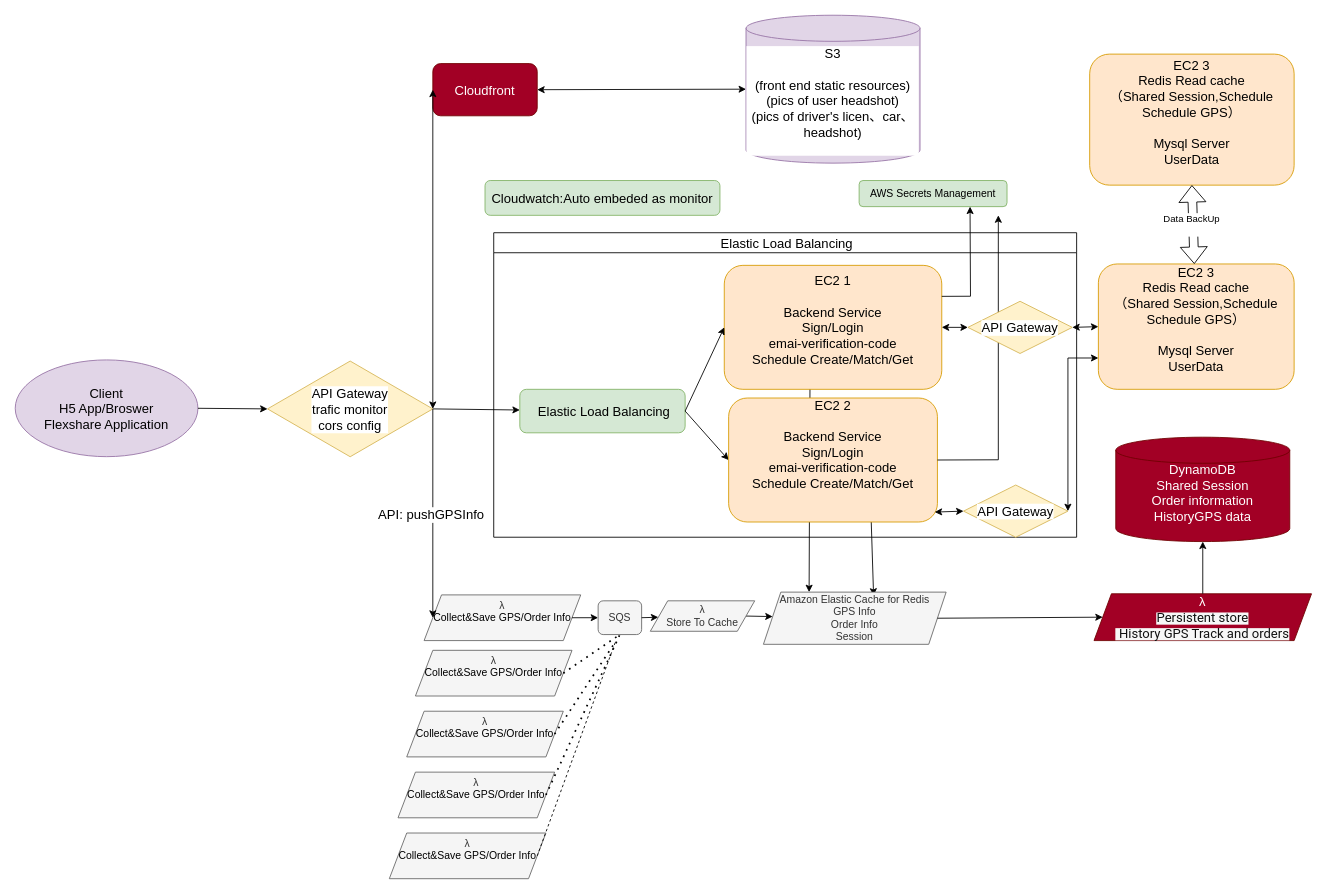
Above: Proposal/ProjectArchitecture.drawio in Flexshare2025/Flexshare (draw.io), before the change. Source tidied: cells renumbered, new cells numbered last; positions are measured from the earlier drawing's top-left corner, leaving out a move shared by most shapes. Both pictures are drawn from the tidied source at 87%, with x=0, y=0 at pixel (15, 15).
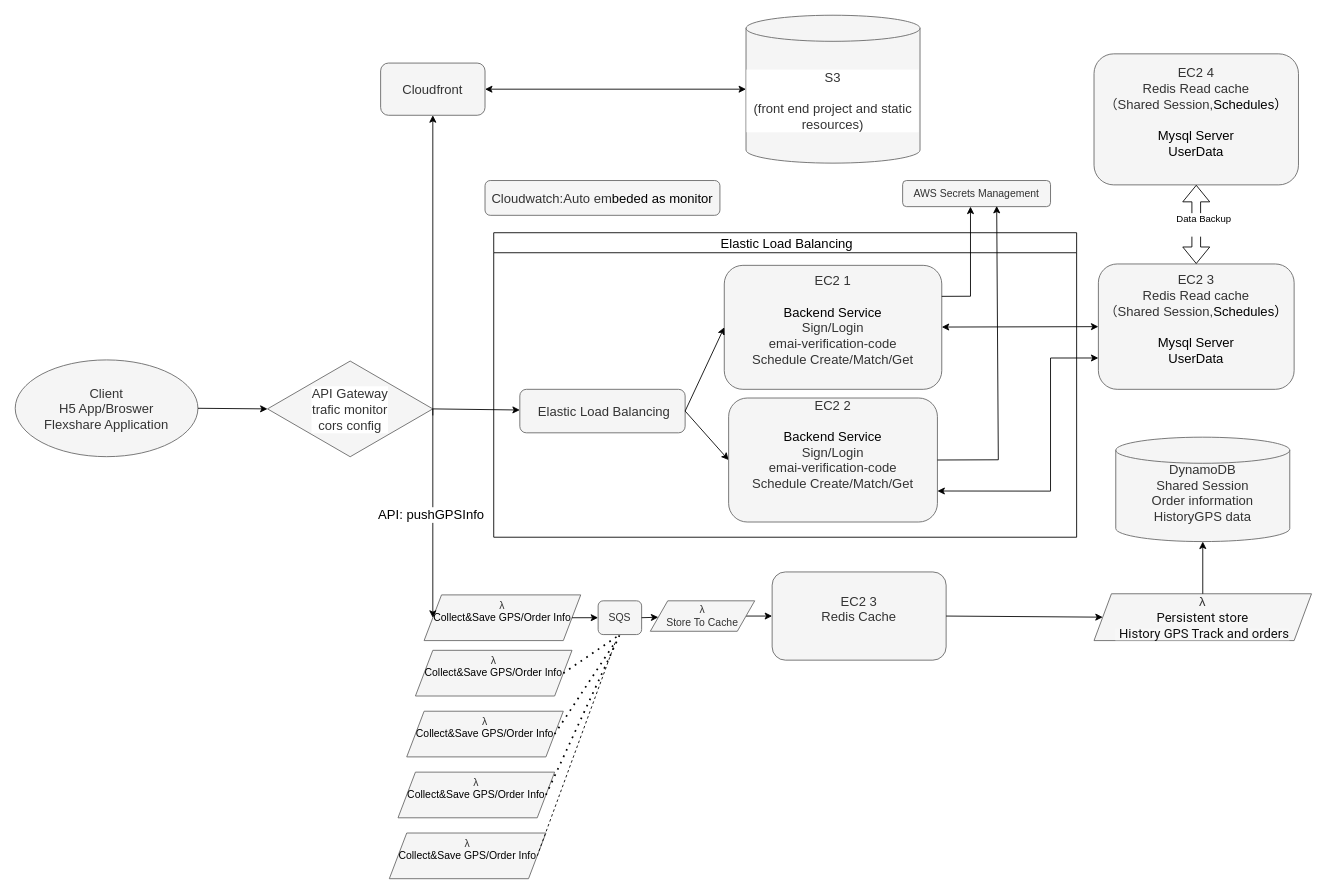
The same page after the edit.

Commit message (it also covers changes not shown here):
Add xss washing dependency

The change refers to these unchanged cells:
```xml
<mxCell id="13" value="&lt;span style=&quot;font-size: 15px; font-weight: 400;&quot;&gt;&amp;nbsp;Elastic Load Balancing&lt;/span&gt;" style="swimlane;whiteSpace=wrap;html=1;" parent="1" vertex="1">
  <mxGeometry x="550" y="250" width="670" height="350" as="geometry" />
</mxCell>
<mxCell id="36" value="λ&lt;div&gt;Store To Cache&lt;/div&gt;" style="shape=parallelogram;perimeter=parallelogramPerimeter;whiteSpace=wrap;html=1;fixedSize=1;fillColor=#f5f5f5;fontColor=#333333;strokeColor=#666666;" parent="1" vertex="1">
  <mxGeometry x="730" y="673.1" width="120" height="35" as="geometry" />
</mxCell>
<mxCell id="38" style="shape=flexArrow;endArrow=classic;startArrow=classic;html=1;rounded=0;entryX=0.5;entryY=1;entryDx=0;entryDy=0;" parent="1" edge="1" source="12" target="37">
  <mxGeometry relative="1" as="geometry" />
</mxCell>
```

The edit, as a diff of the source:
```diff
@@
-    <mxCell id="2" style="endArrow=classic;html=1;rounded=0;entryX=0.603;entryY=0.067;entryDx=0;entryDy=0;entryPerimeter=0;exitX=0.683;exitY=0.998;exitDx=0;exitDy=0;exitPerimeter=0;" parent="1" edge="1" source="16" target="29">
-      <mxGeometry relative="1" as="geometry" />
-    </mxCell>
-    <mxCell id="3" style="endArrow=classic;html=1;rounded=0;exitX=0.394;exitY=0.985;exitDx=0;exitDy=0;exitPerimeter=0;entryX=0.25;entryY=0;entryDx=0;entryDy=0;" parent="1" edge="1" source="17" target="29">
-      <mxGeometry relative="1" as="geometry" />
-    </mxCell>
-    <mxCell id="4" value="API Gateway&lt;div&gt;trafic monitor&lt;/div&gt;&lt;div&gt;cors config&lt;/div&gt;" style="rhombus;whiteSpace=wrap;html=1;fontSize=15;labelBackgroundColor=default;labelBorderColor=none;textShadow=0;fillColor=#fff2cc;strokeColor=#d6b656;" parent="1" vertex="1">
+    <mxCell id="4" value="API Gateway&lt;div&gt;trafic monitor&lt;/div&gt;&lt;div&gt;cors config&lt;/div&gt;" style="rhombus;whiteSpace=wrap;html=1;fontSize=15;labelBackgroundColor=default;labelBorderColor=none;textShadow=0;fillColor=#f5f5f5;strokeColor=#666666;fontColor=#333333;" parent="1" vertex="1">
       <mxGeometry x="290" y="397.5" width="190" height="110" as="geometry" />
     </mxCell>
-    <mxCell id="5" value="S3&lt;div&gt;&lt;div&gt;&lt;div&gt;&lt;br&gt;&lt;div&gt;(front end static resources)&lt;/div&gt;&lt;div&gt;(pics of user headshot)&lt;/div&gt;&lt;div&gt;(pics of driver's licen、car、headshot&lt;span style=&quot;color: light-dark(rgb(0, 0, 0), rgb(255, 255, 255));&quot;&gt;)&lt;/span&gt;&lt;/div&gt;&lt;div&gt;&lt;br&gt;&lt;/div&gt;&lt;/div&gt;&lt;/div&gt;&lt;/div&gt;" style="shape=cylinder3;whiteSpace=wrap;html=1;boundedLbl=1;backgroundOutline=1;size=15;fontSize=15;labelBackgroundColor=default;fillColor=#e1d5e7;strokeColor=#9673a6;" parent="1" vertex="1">
+    <mxCell id="5" value="S3&lt;div&gt;&lt;div&gt;&lt;div&gt;&lt;br&gt;&lt;div&gt;(front end project and static resources)&lt;/div&gt;&lt;/div&gt;&lt;/div&gt;&lt;/div&gt;" style="shape=cylinder3;whiteSpace=wrap;html=1;boundedLbl=1;backgroundOutline=1;size=15;fontSize=15;labelBackgroundColor=default;fillColor=#f5f5f5;strokeColor=#666666;fontColor=#333333;" parent="1" vertex="1">
       <mxGeometry x="840" width="200" height="170" as="geometry" />
     </mxCell>
-    <mxCell id="6" value="DynamoDB&lt;div&gt;Shared Session&lt;/div&gt;&lt;div&gt;&lt;div&gt;Order information&lt;/div&gt;&lt;div&gt;HistoryGPS data&lt;/div&gt;&lt;div&gt;&lt;br&gt;&lt;/div&gt;&lt;/div&gt;" style="shape=cylinder3;whiteSpace=wrap;html=1;boundedLbl=1;backgroundOutline=1;size=15;fontSize=15;fillColor=#a20025;fontColor=#ffffff;strokeColor=#6F0000;" parent="1" vertex="1">
+    <mxCell id="6" value="DynamoDB&lt;div&gt;Shared Session&lt;/div&gt;&lt;div&gt;&lt;div&gt;Order information&lt;/div&gt;&lt;div&gt;HistoryGPS data&lt;/div&gt;&lt;div&gt;&lt;br&gt;&lt;/div&gt;&lt;/div&gt;" style="shape=cylinder3;whiteSpace=wrap;html=1;boundedLbl=1;backgroundOutline=1;size=15;fontSize=15;fillColor=#f5f5f5;fontColor=#333333;strokeColor=#666666;" parent="1" vertex="1">
       <mxGeometry x="1265" y="485" width="200" height="120" as="geometry" />
     </mxCell>
-    <mxCell id="7" value="Client&lt;div&gt;H5 App/Broswer&lt;/div&gt;&lt;div&gt;Flexshare Application&lt;/div&gt;" style="ellipse;whiteSpace=wrap;html=1;fontSize=15;fillColor=#e1d5e7;strokeColor=#9673a6;" parent="1" vertex="1">
+    <mxCell id="7" value="Client&lt;div&gt;H5 App/Broswer&lt;/div&gt;&lt;div&gt;Flexshare Application&lt;/div&gt;" style="ellipse;whiteSpace=wrap;html=1;fontSize=15;fillColor=#f5f5f5;strokeColor=#666666;fontColor=#333333;" parent="1" vertex="1">
       <mxGeometry y="396.2" width="210" height="111.2" as="geometry" />
     </mxCell>
@@
-    <mxCell id="9" value="Cloudfront" style="rounded=1;whiteSpace=wrap;html=1;fontSize=15;fillColor=#a20025;fontColor=#ffffff;strokeColor=#6F0000;" parent="1" vertex="1">
-      <mxGeometry x="480" y="55.6" width="120" height="60" as="geometry" />
+    <mxCell id="9" value="Cloudfront" style="rounded=1;whiteSpace=wrap;html=1;fontSize=15;fillColor=#f5f5f5;fontColor=#333333;strokeColor=#666666;" parent="1" vertex="1">
+      <mxGeometry x="420" y="55" width="120" height="60" as="geometry" />
     </mxCell>
@@
-    <mxCell id="11" style="endArrow=classic;startArrow=classic;html=1;rounded=0;exitX=1;exitY=0.5;exitDx=0;exitDy=0;entryX=0;entryY=0.5;entryDx=0;entryDy=0;fontSize=15;" parent="1" edge="1" source="4" target="9">
-      <mxGeometry relative="1" as="geometry" />
-    </mxCell>
-    <mxCell id="12" value="&lt;font&gt;EC2 3&lt;/font&gt;&lt;div&gt;Redis Read cache&lt;/div&gt;&lt;div&gt;（Shared Session,&lt;span style=&quot;background-color: transparent; color: light-dark(rgb(0, 0, 0), rgb(255, 255, 255));&quot;&gt;Schedule&lt;/span&gt;&lt;/div&gt;&lt;div&gt;Schedule GPS&lt;span style=&quot;background-color: transparent; color: light-dark(rgb(0, 0, 0), rgb(255, 255, 255));&quot;&gt;）&lt;/span&gt;&lt;/div&gt;&lt;div&gt;&lt;br&gt;&lt;/div&gt;&lt;div&gt;&lt;span style=&quot;background-color: transparent; color: light-dark(rgb(0, 0, 0), rgb(255, 255, 255));&quot;&gt;Mysql Server&lt;/span&gt;&lt;/div&gt;&lt;div&gt;&lt;span style=&quot;background-color: transparent; color: light-dark(rgb(0, 0, 0), rgb(255, 255, 255));&quot;&gt;UserData&lt;/span&gt;&lt;/div&gt;&lt;div&gt;&lt;div&gt;&lt;br&gt;&lt;/div&gt;&lt;/div&gt;" style="rounded=1;whiteSpace=wrap;html=1;fontSize=15;fillColor=#ffe6cc;strokeColor=#d79b00;" parent="1" vertex="1">
+    <mxCell id="12" value="&lt;font&gt;EC2 3&lt;/font&gt;&lt;div&gt;Redis Read cache&lt;/div&gt;&lt;div&gt;（Shared Session,&lt;span style=&quot;background-color: transparent; color: light-dark(rgb(0, 0, 0), rgb(255, 255, 255));&quot;&gt;Schedules&lt;/span&gt;&lt;span style=&quot;background-color: transparent; color: light-dark(rgb(0, 0, 0), rgb(255, 255, 255));&quot;&gt;）&lt;/span&gt;&lt;/div&gt;&lt;div&gt;&lt;br&gt;&lt;/div&gt;&lt;div&gt;&lt;span style=&quot;background-color: transparent; color: light-dark(rgb(0, 0, 0), rgb(255, 255, 255));&quot;&gt;Mysql Server&lt;/span&gt;&lt;/div&gt;&lt;div&gt;&lt;span style=&quot;background-color: transparent; color: light-dark(rgb(0, 0, 0), rgb(255, 255, 255));&quot;&gt;UserData&lt;/span&gt;&lt;/div&gt;&lt;div&gt;&lt;div&gt;&lt;br&gt;&lt;/div&gt;&lt;/div&gt;" style="rounded=1;whiteSpace=wrap;html=1;fontSize=15;fillColor=#f5f5f5;strokeColor=#666666;fontColor=#333333;" parent="1" vertex="1">
       <mxGeometry x="1245" y="285.9" width="225" height="144.1" as="geometry" />
     </mxCell>
@@
-    <mxCell id="14" value="&lt;font&gt;&amp;nbsp;Elastic Load Balancing&lt;/font&gt;" style="rounded=1;whiteSpace=wrap;html=1;fontSize=15;fillColor=#d5e8d4;strokeColor=#82b366;" parent="13" vertex="1">
+    <mxCell id="14" value="&lt;font&gt;&amp;nbsp;Elastic Load Balancing&lt;/font&gt;" style="rounded=1;whiteSpace=wrap;html=1;fontSize=15;fillColor=#f5f5f5;strokeColor=#666666;fontColor=#333333;" parent="13" vertex="1">
       <mxGeometry x="30" y="180" width="190" height="50" as="geometry" />
     </mxCell>
@@
-    <mxCell id="16" value="EC2 2&lt;div&gt;&lt;br&gt;&lt;div&gt;&lt;span style=&quot;background-color: transparent; color: light-dark(rgb(0, 0, 0), rgb(255, 255, 255));&quot;&gt;Backend Service&lt;/span&gt;&lt;/div&gt;&lt;div&gt;Sign/Login&lt;/div&gt;&lt;div&gt;&lt;div&gt;emai-verification-code&lt;/div&gt;&lt;/div&gt;&lt;div&gt;&lt;div&gt;Schedule Create/Match/Get&lt;/div&gt;&lt;/div&gt;&lt;div&gt;&lt;br&gt;&lt;/div&gt;&lt;div&gt;&lt;br&gt;&lt;/div&gt;&lt;/div&gt;" style="rounded=1;whiteSpace=wrap;html=1;fontSize=15;fillColor=#ffe6cc;strokeColor=#d79b00;" parent="13" vertex="1">
+    <mxCell id="16" value="EC2 2&lt;div&gt;&lt;br&gt;&lt;div&gt;&lt;span style=&quot;background-color: transparent; color: light-dark(rgb(0, 0, 0), rgb(255, 255, 255));&quot;&gt;Backend Service&lt;/span&gt;&lt;/div&gt;&lt;div&gt;Sign/Login&lt;/div&gt;&lt;div&gt;&lt;div&gt;emai-verification-code&lt;/div&gt;&lt;/div&gt;&lt;div&gt;&lt;div&gt;Schedule Create/Match/Get&lt;/div&gt;&lt;/div&gt;&lt;div&gt;&lt;br&gt;&lt;/div&gt;&lt;div&gt;&lt;br&gt;&lt;/div&gt;&lt;/div&gt;" style="rounded=1;whiteSpace=wrap;html=1;fontSize=15;fillColor=#f5f5f5;strokeColor=#666666;fontColor=#333333;" parent="13" vertex="1">
       <mxGeometry x="270" y="190" width="240" height="142.5" as="geometry" />
     </mxCell>
-    <mxCell id="17" value="EC2 1&lt;div&gt;&lt;br&gt;&lt;div&gt;&lt;span style=&quot;background-color: transparent; color: light-dark(rgb(0, 0, 0), rgb(255, 255, 255));&quot;&gt;Backend Service&lt;/span&gt;&lt;/div&gt;&lt;div&gt;Sign/Login&lt;/div&gt;&lt;div&gt;&lt;div&gt;emai-verification-code&lt;/div&gt;&lt;/div&gt;&lt;div&gt;Schedule Create/Match/Get&lt;/div&gt;&lt;div&gt;&lt;br&gt;&lt;/div&gt;&lt;/div&gt;" style="rounded=1;whiteSpace=wrap;html=1;fontSize=15;fillColor=#ffe6cc;strokeColor=#d79b00;" parent="13" vertex="1">
+    <mxCell id="17" value="EC2 1&lt;div&gt;&lt;br&gt;&lt;div&gt;&lt;span style=&quot;background-color: transparent; color: light-dark(rgb(0, 0, 0), rgb(255, 255, 255));&quot;&gt;Backend Service&lt;/span&gt;&lt;/div&gt;&lt;div&gt;Sign/Login&lt;/div&gt;&lt;div&gt;&lt;div&gt;emai-verification-code&lt;/div&gt;&lt;/div&gt;&lt;div&gt;Schedule Create/Match/Get&lt;/div&gt;&lt;div&gt;&lt;br&gt;&lt;/div&gt;&lt;/div&gt;" style="rounded=1;whiteSpace=wrap;html=1;fontSize=15;fillColor=#f5f5f5;strokeColor=#666666;fontColor=#333333;" parent="13" vertex="1">
       <mxGeometry x="265" y="37.5" width="250" height="142.5" as="geometry" />
     </mxCell>
@@
-    <mxCell id="19" value="API Gateway" style="rhombus;whiteSpace=wrap;html=1;fontSize=15;labelBackgroundColor=default;labelBorderColor=none;textShadow=0;fillColor=#fff2cc;strokeColor=#d6b656;" parent="13" vertex="1">
-      <mxGeometry x="540" y="290" width="120" height="60" as="geometry" />
-    </mxCell>
-    <mxCell id="20" style="endArrow=classic;startArrow=classic;html=1;rounded=0;entryX=0;entryY=0.5;entryDx=0;entryDy=0;exitX=0.987;exitY=0.92;exitDx=0;exitDy=0;exitPerimeter=0;" parent="13" edge="1" source="16" target="19">
-      <mxGeometry relative="1" as="geometry" />
-    </mxCell>
-    <mxCell id="21" style="endArrow=classic;startArrow=classic;html=1;rounded=0;entryX=0;entryY=0.75;entryDx=0;entryDy=0;exitX=1;exitY=0.5;exitDx=0;exitDy=0;" parent="1" edge="1" source="19" target="12">
+    <mxCell id="21" style="endArrow=classic;startArrow=classic;html=1;rounded=0;entryX=0;entryY=0.75;entryDx=0;entryDy=0;exitX=1;exitY=0.75;exitDx=0;exitDy=0;" parent="1" edge="1" source="16" target="12">
       <mxGeometry relative="1" as="geometry">
         <Array as="points">
-          <mxPoint x="1210" y="394" />
+          <mxPoint x="1190" y="547" />
+          <mxPoint x="1190" y="394" />
         </Array>
       </mxGeometry>
     </mxCell>
@@
-    <mxCell id="23" style="endArrow=classic;startArrow=classic;html=1;rounded=0;entryX=0;entryY=0.5;entryDx=0;entryDy=0;exitX=1;exitY=0.5;exitDx=0;exitDy=0;" parent="1" edge="1" source="52" target="12">
+    <mxCell id="23" style="endArrow=classic;startArrow=classic;html=1;rounded=0;entryX=0;entryY=0.5;entryDx=0;entryDy=0;" parent="1" edge="1" source="17" target="12">
       <mxGeometry relative="1" as="geometry" />
     </mxCell>
-    <mxCell id="24" value="&lt;font style=&quot;font-size: 15px;&quot;&gt;Cloudwatch:Auto em&lt;/font&gt;&lt;span style=&quot;font-size: 15px; background-color: transparent; color: light-dark(rgb(0, 0, 0), rgb(255, 255, 255));&quot;&gt;beded as monitor&lt;/span&gt;" style="rounded=1;whiteSpace=wrap;html=1;fillColor=#d5e8d4;strokeColor=#82b366;" parent="1" vertex="1">
+    <mxCell id="24" value="&lt;font style=&quot;font-size: 15px;&quot;&gt;Cloudwatch:Auto em&lt;/font&gt;&lt;span style=&quot;font-size: 15px; background-color: transparent; color: light-dark(rgb(0, 0, 0), rgb(255, 255, 255));&quot;&gt;beded as monitor&lt;/span&gt;" style="rounded=1;whiteSpace=wrap;html=1;fillColor=#f5f5f5;strokeColor=#666666;fontColor=#333333;" parent="1" vertex="1">
       <mxGeometry x="540" y="190" width="270" height="40" as="geometry" />
     </mxCell>
@@
-    <mxCell id="29" value="Amazon Elastic Cache for Redis&lt;div&gt;GPS Info&lt;/div&gt;&lt;div&gt;Order Info&lt;/div&gt;&lt;div&gt;Session&lt;/div&gt;" style="shape=parallelogram;perimeter=parallelogramPerimeter;whiteSpace=wrap;html=1;fixedSize=1;fillColor=#f5f5f5;fontColor=#333333;strokeColor=#666666;" parent="1" vertex="1">
-      <mxGeometry x="860" y="663.1" width="210" height="60" as="geometry" />
-    </mxCell>
-    <mxCell id="30" style="endArrow=classic;html=1;rounded=0;exitX=1;exitY=0.5;exitDx=0;exitDy=0;entryX=0;entryY=0.5;entryDx=0;entryDy=0;" parent="1" edge="1" source="29" target="31">
-      <mxGeometry relative="1" as="geometry" />
-    </mxCell>
-    <mxCell id="31" value="&lt;font style=&quot;font-size: 15px;&quot;&gt;λ&lt;/font&gt;&lt;div&gt;&lt;span style=&quot;color: rgb(17, 17, 17); font-family: Roboto, sans-serif; text-align: start; white-space-collapse: preserve; background-color: rgb(247, 247, 247);&quot;&gt;&lt;font style=&quot;font-size: 15px;&quot;&gt;Persistent store&lt;/font&gt;&lt;/span&gt;&lt;/div&gt;&lt;div&gt;&lt;span style=&quot;color: rgb(17, 17, 17); font-family: Roboto, sans-serif; text-align: start; white-space-collapse: preserve; background-color: rgb(247, 247, 247);&quot;&gt;&lt;font style=&quot;font-size: 15px;&quot;&gt; History GPS Track and orders&lt;/font&gt;&lt;/span&gt;&lt;/div&gt;" style="shape=parallelogram;perimeter=parallelogramPerimeter;whiteSpace=wrap;html=1;fixedSize=1;fillColor=#a20025;fontColor=#ffffff;strokeColor=#6F0000;" parent="1" vertex="1">
+    <mxCell id="31" value="&lt;font style=&quot;font-size: 15px;&quot;&gt;λ&lt;/font&gt;&lt;div&gt;&lt;span style=&quot;color: rgb(17, 17, 17); font-family: Roboto, sans-serif; text-align: start; white-space-collapse: preserve; background-color: rgb(247, 247, 247);&quot;&gt;&lt;font style=&quot;font-size: 15px;&quot;&gt;Persistent store&lt;/font&gt;&lt;/span&gt;&lt;/div&gt;&lt;div&gt;&lt;span style=&quot;color: rgb(17, 17, 17); font-family: Roboto, sans-serif; text-align: start; white-space-collapse: preserve; background-color: rgb(247, 247, 247);&quot;&gt;&lt;font style=&quot;font-size: 15px;&quot;&gt; History GPS Track and orders&lt;/font&gt;&lt;/span&gt;&lt;/div&gt;" style="shape=parallelogram;perimeter=parallelogramPerimeter;whiteSpace=wrap;html=1;fixedSize=1;fillColor=#f5f5f5;fontColor=#333333;strokeColor=#666666;" parent="1" vertex="1">
       <mxGeometry x="1240" y="665" width="250" height="53.8" as="geometry" />
     </mxCell>
@@
-    <mxCell id="33" style="endArrow=classic;html=1;rounded=0;exitX=1;exitY=0.5;exitDx=0;exitDy=0;" parent="1" edge="1" source="36" target="29">
+    <mxCell id="33" style="endArrow=classic;html=1;rounded=0;exitX=1;exitY=0.5;exitDx=0;exitDy=0;" parent="1" edge="1" source="36" target="54">
       <mxGeometry relative="1" as="geometry" />
     </mxCell>
@@
-    <mxCell id="37" value="&lt;font&gt;EC2 3&lt;/font&gt;&lt;div&gt;Redis Read cache&lt;/div&gt;&lt;div&gt;（Shared Session,&lt;span style=&quot;background-color: transparent; color: light-dark(rgb(0, 0, 0), rgb(255, 255, 255));&quot;&gt;Schedule&lt;/span&gt;&lt;/div&gt;&lt;div&gt;Schedule GPS&lt;span style=&quot;background-color: transparent; color: light-dark(rgb(0, 0, 0), rgb(255, 255, 255));&quot;&gt;）&lt;/span&gt;&lt;/div&gt;&lt;div&gt;&lt;br&gt;&lt;/div&gt;&lt;div&gt;&lt;span style=&quot;background-color: transparent; color: light-dark(rgb(0, 0, 0), rgb(255, 255, 255));&quot;&gt;Mysql Server&lt;/span&gt;&lt;/div&gt;&lt;div&gt;&lt;span style=&quot;background-color: transparent; color: light-dark(rgb(0, 0, 0), rgb(255, 255, 255));&quot;&gt;UserData&lt;/span&gt;&lt;/div&gt;&lt;div&gt;&lt;div&gt;&lt;br&gt;&lt;/div&gt;&lt;/div&gt;" style="rounded=1;whiteSpace=wrap;html=1;fontSize=15;fillColor=#ffe6cc;strokeColor=#d79b00;" parent="1" vertex="1">
-      <mxGeometry x="1235" y="44.7" width="235" height="150.6" as="geometry" />
+    <mxCell id="37" value="&lt;div&gt;&lt;div&gt;EC2 4&lt;div&gt;Redis Read cache&lt;/div&gt;&lt;div&gt;（Shared Session,&lt;span style=&quot;background-color: transparent; color: light-dark(rgb(0, 0, 0), rgb(255, 255, 255));&quot;&gt;Schedules&lt;/span&gt;&lt;span style=&quot;background-color: transparent; color: light-dark(rgb(0, 0, 0), rgb(255, 255, 255));&quot;&gt;）&lt;/span&gt;&lt;/div&gt;&lt;div&gt;&lt;br&gt;&lt;/div&gt;&lt;div&gt;&lt;span style=&quot;background-color: transparent; color: light-dark(rgb(0, 0, 0), rgb(255, 255, 255));&quot;&gt;Mysql Server&lt;/span&gt;&lt;/div&gt;&lt;div&gt;&lt;span style=&quot;background-color: transparent; color: light-dark(rgb(0, 0, 0), rgb(255, 255, 255));&quot;&gt;UserData&lt;/span&gt;&lt;/div&gt;&lt;div&gt;&lt;br&gt;&lt;/div&gt;&lt;/div&gt;&lt;/div&gt;" style="rounded=1;whiteSpace=wrap;html=1;fontSize=15;fillColor=#f5f5f5;strokeColor=#666666;fontColor=#333333;" parent="1" vertex="1">
+      <mxGeometry x="1240" y="44.4" width="235" height="150.6" as="geometry" />
     </mxCell>
@@
-    <mxCell id="39" value="Data BackUp&lt;div&gt;&lt;br&gt;&lt;/div&gt;" style="edgeLabel;html=1;align=center;verticalAlign=middle;" parent="38" vertex="1">
+    <mxCell id="39" value="Data Backup&lt;div&gt;&lt;br&gt;&lt;/div&gt;" style="edgeLabel;html=1;align=center;verticalAlign=middle;" parent="38" vertex="1">
       <mxGeometry x="-0.04" y="2" relative="1" as="geometry">
-        <mxPoint y="-1" as="offset" />
+        <mxPoint x="10" y="-1" as="offset" />
       </mxGeometry>
     </mxCell>
@@
-    <mxCell id="48" value="AWS Secrets Management" style="rounded=1;whiteSpace=wrap;html=1;fillColor=#d5e8d4;strokeColor=#82b366;" parent="1" vertex="1">
-      <mxGeometry x="970" y="190" width="170" height="30" as="geometry" />
+    <mxCell id="48" value="AWS Secrets Management" style="rounded=1;whiteSpace=wrap;html=1;fillColor=#f5f5f5;strokeColor=#666666;fontColor=#333333;" parent="1" vertex="1">
+      <mxGeometry x="1020" y="190" width="170" height="30" as="geometry" />
     </mxCell>
-    <mxCell id="49" style="endArrow=classic;html=1;rounded=0;exitX=1;exitY=0.5;exitDx=0;exitDy=0;" parent="1" edge="1" source="16">
+    <mxCell id="49" style="endArrow=classic;html=1;rounded=0;exitX=1;exitY=0.5;exitDx=0;exitDy=0;entryX=0.636;entryY=0.973;entryDx=0;entryDy=0;entryPerimeter=0;" parent="1" edge="1" source="16" target="48">
       <mxGeometry relative="1" as="geometry">
-        <mxPoint x="1130" y="230" as="targetPoint" />
         <Array as="points">
           <mxPoint x="1130" y="511" />
         </Array>
       </mxGeometry>
     </mxCell>
-    <mxCell id="50" style="endArrow=classic;html=1;rounded=0;exitX=1;exitY=0.25;exitDx=0;exitDy=0;entryX=0.75;entryY=1;entryDx=0;entryDy=0;" parent="1" edge="1" source="17" target="48">
+    <mxCell id="50" style="endArrow=classic;html=1;rounded=0;exitX=1;exitY=0.25;exitDx=0;exitDy=0;" parent="1" edge="1" source="17">
       <mxGeometry relative="1" as="geometry">
+        <mxPoint x="1098" y="220" as="targetPoint" />
         <Array as="points">
           <mxPoint x="1098" y="323" />
         </Array>
       </mxGeometry>
     </mxCell>
-    <mxCell id="51" style="endArrow=classic;startArrow=classic;html=1;rounded=0;entryX=0;entryY=0.5;entryDx=0;entryDy=0;exitX=1;exitY=0.5;exitDx=0;exitDy=0;" parent="1" edge="1" source="17" target="52">
-      <mxGeometry relative="1" as="geometry" />
-    </mxCell>
-    <mxCell id="52" value="API Gateway" style="rhombus;whiteSpace=wrap;html=1;fontSize=15;labelBackgroundColor=default;labelBorderColor=none;textShadow=0;fillColor=#fff2cc;strokeColor=#d6b656;" parent="1" vertex="1">
-      <mxGeometry x="1095" y="328.8" width="120" height="60" as="geometry" />
-    </mxCell>
+    <mxCell id="53" style="endArrow=classic;html=1;rounded=0;entryX=0.5;entryY=1;entryDx=0;entryDy=0;" parent="1" edge="1" target="9">
+      <mxGeometry relative="1" as="geometry">
+        <mxPoint x="480" y="460" as="sourcePoint" />
+      </mxGeometry>
+    </mxCell>
+    <mxCell id="54" value="&lt;font&gt;EC2 3&lt;/font&gt;&lt;div&gt;Redis Cache&lt;/div&gt;&lt;div&gt;&lt;div&gt;&lt;br&gt;&lt;/div&gt;&lt;/div&gt;" style="rounded=1;whiteSpace=wrap;html=1;fontSize=15;fillColor=#f5f5f5;strokeColor=#666666;fontColor=#333333;" parent="1" vertex="1">
+      <mxGeometry x="870" y="639.9" width="200" height="101.4" as="geometry" />
+    </mxCell>
+    <mxCell id="55" style="endArrow=classic;html=1;rounded=0;entryX=0;entryY=0.5;entryDx=0;entryDy=0;exitX=1;exitY=0.5;exitDx=0;exitDy=0;" parent="1" edge="1" source="54" target="31">
+      <mxGeometry relative="1" as="geometry" />
+    </mxCell>
```
